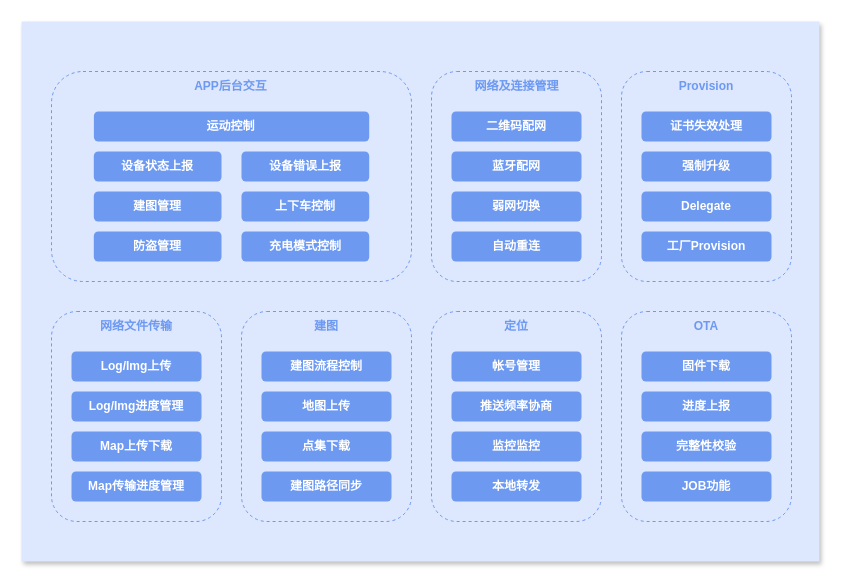
The draw.io diagram IoT架构-业务架构图.drawio in xunzhaoxusanduo/1-drawio, before the edit. Source tidied: cells renumbered, new cells numbered last; positions are measured from the earlier drawing's top-left corner, leaving out a move shared by most shapes. Both pictures are drawn from the tidied source at 100%, with x=0, y=0 at pixel (21, 21).
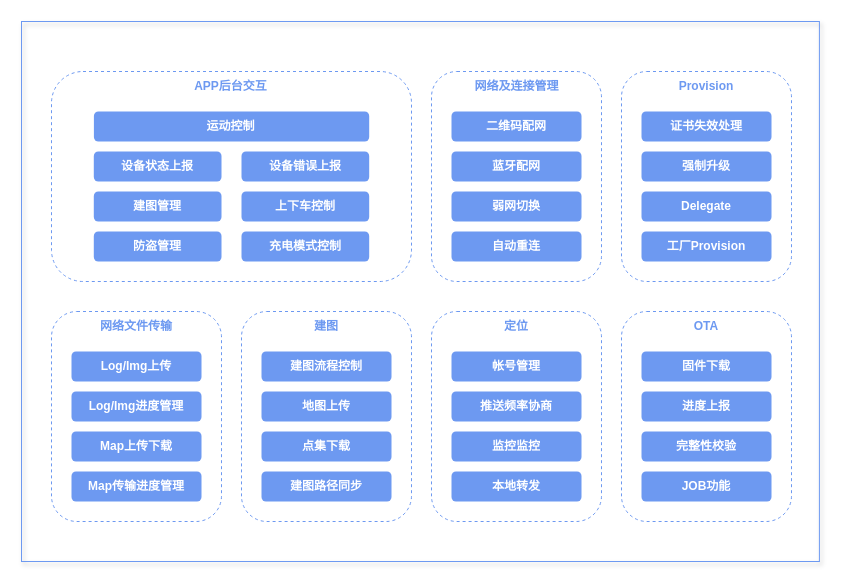
The same page after the edit.

Commit message:
更新IoT架构-业务架构图.drawio

Change to the diagram source:
```diff
@@
-    <mxCell id="2" style="rounded=0;whiteSpace=wrap;html=1;fillColor=#dde7fd;strokeColor=none;glass=0;shadow=1;gradientColor=none;" parent="1" vertex="1">
+    <mxCell id="2" style="rounded=0;whiteSpace=wrap;html=1;fillColor=none;strokeColor=#6D99F1;glass=0;shadow=1;gradientColor=none;" parent="1" vertex="1">
       <mxGeometry width="797.9" height="540" as="geometry" />
     </mxCell>
```
